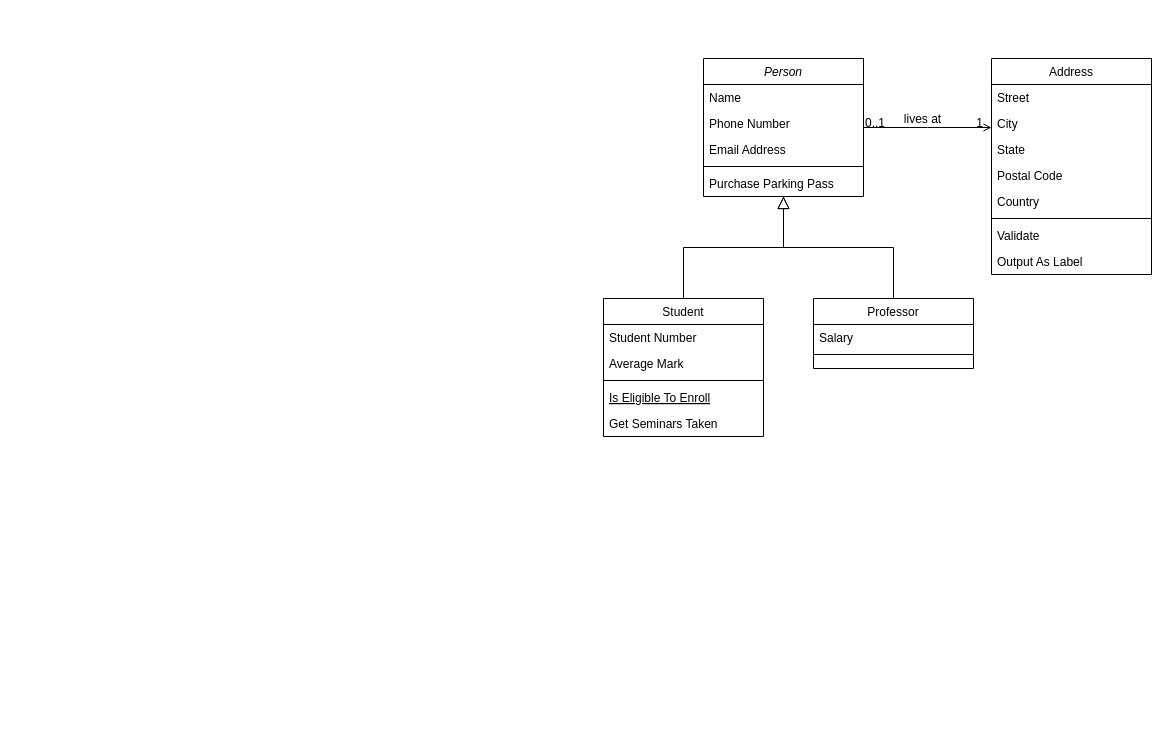
The draw.io diagram 未命名绘图.drawio in yilee2019/learngit, before the edit. Source tidied: cells renumbered, new cells numbered last; positions are measured from the earlier drawing's top-left corner, leaving out a move shared by most shapes. Both pictures are drawn from the tidied source at 100%, with x=0, y=0 at pixel (603, 58).
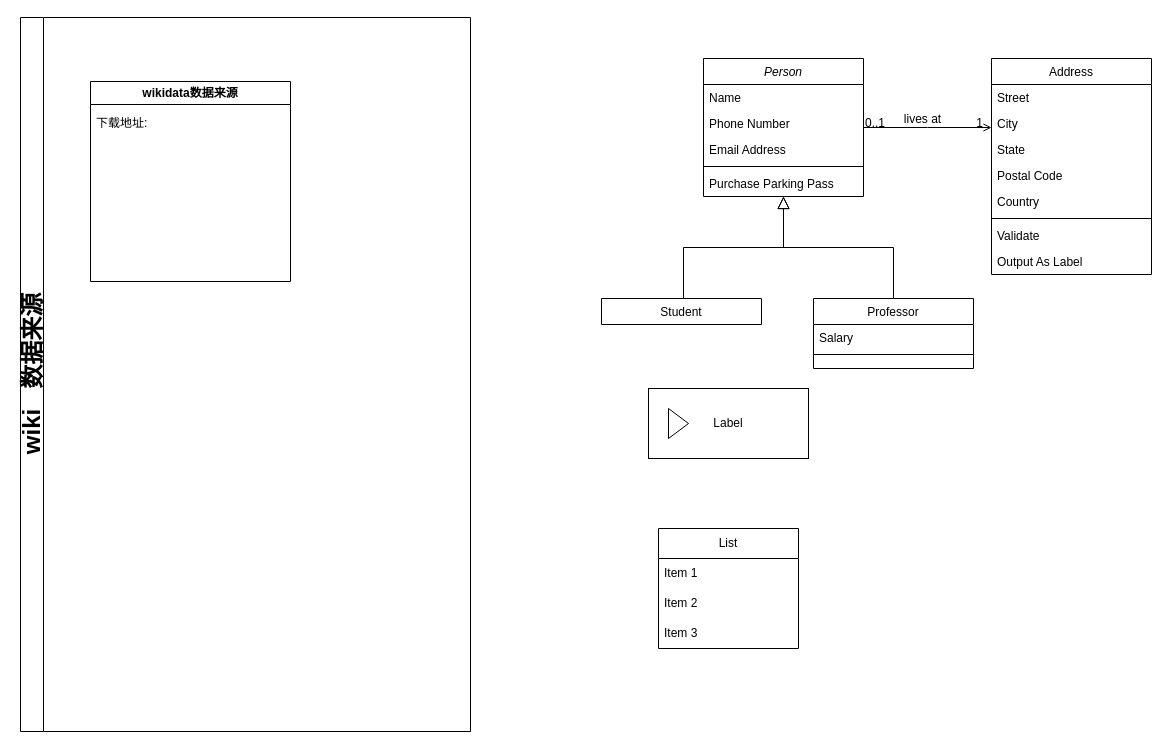
Above is the later version.

Commit message:
wiki数据流程图.drawio

The change refers to these unchanged cells:
```xml
<mxCell id="2" value="Person" style="swimlane;fontStyle=2;align=center;verticalAlign=top;horizontal=1;startSize=26;rounded=0;shadow=0;strokeWidth=1;" parent="1" vertex="1">
  <mxGeometry x="100" width="160" height="138" as="geometry" />
</mxCell>
```

What changed in the source:
```diff
@@
-    <mxCell id="8" value="Student" style="swimlane;fontStyle=0;align=center;verticalAlign=top;horizontal=1;startSize=26;rounded=0;shadow=0;strokeWidth=1;" parent="1" vertex="1">
-      <mxGeometry y="240" width="160" height="138" as="geometry" />
+    <mxCell id="8" value="Student" style="swimlane;fontStyle=0;align=center;verticalAlign=top;horizontal=1;startSize=26;rounded=0;shadow=0;strokeWidth=1;" parent="1" vertex="1" collapsed="1">
+      <mxGeometry x="-2" y="240" width="160" height="26" as="geometry" />
     </mxCell>
-    <mxCell id="9" value="Student Number" style="text;align=left;verticalAlign=top;spacingLeft=4;spacingRight=4;overflow=hidden;" parent="8" vertex="1">
-      <mxGeometry y="26" width="160" height="26" as="geometry" />
-    </mxCell>
-    <mxCell id="10" value="Average Mark" style="text;align=left;verticalAlign=top;spacingLeft=4;spacingRight=4;overflow=hidden;rounded=0;shadow=0;html=0;" parent="8" vertex="1">
-      <mxGeometry y="52" width="160" height="26" as="geometry" />
-    </mxCell>
-    <mxCell id="11" style="line;html=1;strokeWidth=1;align=left;verticalAlign=middle;spacingTop=-1;spacingLeft=3;spacingRight=3;labelPosition=right;" parent="8" vertex="1">
-      <mxGeometry y="78" width="160" height="8" as="geometry" />
-    </mxCell>
-    <mxCell id="12" value="Is Eligible To Enroll" style="text;align=left;verticalAlign=top;spacingLeft=4;spacingRight=4;overflow=hidden;fontStyle=4;" parent="8" vertex="1">
-      <mxGeometry y="86" width="160" height="26" as="geometry" />
-    </mxCell>
-    <mxCell id="13" value="Get Seminars Taken" style="text;align=left;verticalAlign=top;spacingLeft=4;spacingRight=4;overflow=hidden;" parent="8" vertex="1">
-      <mxGeometry y="112" width="160" height="26" as="geometry" />
-    </mxCell>
-    <mxCell id="14" style="endArrow=block;endSize=10;endFill=0;shadow=0;strokeWidth=1;rounded=0;edgeStyle=elbowEdgeStyle;elbow=vertical;" parent="1" edge="1" source="8" target="2">
-      <mxGeometry relative="1" as="geometry" />
+    <mxCell id="14" style="endArrow=block;endSize=10;endFill=0;shadow=0;strokeWidth=1;rounded=0;edgeStyle=elbowEdgeStyle;elbow=vertical;" parent="1" edge="1" target="2">
+      <mxGeometry relative="1" as="geometry">
+        <mxPoint x="80" y="240" as="sourcePoint" />
+      </mxGeometry>
     </mxCell>
@@
+    <mxCell id="32" value="List" style="swimlane;fontStyle=0;horizontal=1;startSize=30;whiteSpace=wrap;html=1;" parent="1" vertex="1">
+      <mxGeometry x="55" y="470" width="140" height="120" as="geometry" />
+    </mxCell>
+    <mxCell id="33" value="Item 1" style="text;strokeColor=none;fillColor=none;align=left;verticalAlign=middle;spacingLeft=4;spacingRight=4;overflow=hidden;whiteSpace=wrap;html=1;" parent="32" vertex="1">
+      <mxGeometry y="30" width="140" height="30" as="geometry" />
+    </mxCell>
+    <mxCell id="34" value="Item 2" style="text;strokeColor=none;fillColor=none;align=left;verticalAlign=middle;spacingLeft=4;spacingRight=4;overflow=hidden;whiteSpace=wrap;html=1;" parent="32" vertex="1">
+      <mxGeometry y="60" width="140" height="30" as="geometry" />
+    </mxCell>
+    <mxCell id="35" value="Item 3" style="text;strokeColor=none;fillColor=none;align=left;verticalAlign=middle;spacingLeft=4;spacingRight=4;overflow=hidden;whiteSpace=wrap;html=1;" parent="32" vertex="1">
+      <mxGeometry y="90" width="140" height="30" as="geometry" />
+    </mxCell>
+    <mxCell id="36" value="Label" style="html=1;whiteSpace=wrap;" parent="1" vertex="1">
+      <mxGeometry x="45" y="330" width="160" height="70" as="geometry" />
+    </mxCell>
+    <mxCell id="37" style="triangle;html=1;whiteSpace=wrap;" parent="36" vertex="1">
+      <mxGeometry x="20" y="20" width="20" height="30" as="geometry" />
+    </mxCell>
+    <mxCell id="38" value="&lt;font style=&quot;font-size: 24px;&quot;&gt;wiki&amp;nbsp; &amp;nbsp;数据来源&lt;/font&gt;" style="swimlane;horizontal=0;whiteSpace=wrap;html=1;startSize=23;" parent="1" vertex="1">
+      <mxGeometry x="-583" y="-41" width="450" height="714" as="geometry" />
+    </mxCell>
+    <mxCell id="39" value="wikidata数据来源" style="swimlane;whiteSpace=wrap;html=1;" parent="38" vertex="1">
+      <mxGeometry x="70" y="64" width="200" height="200" as="geometry" />
+    </mxCell>
+    <mxCell id="40" value="下载地址:" style="text;align=left;verticalAlign=top;spacingLeft=4;spacingRight=4;overflow=hidden;" parent="39" vertex="1">
+      <mxGeometry y="28" width="160" height="26" as="geometry" />
+    </mxCell>
```
